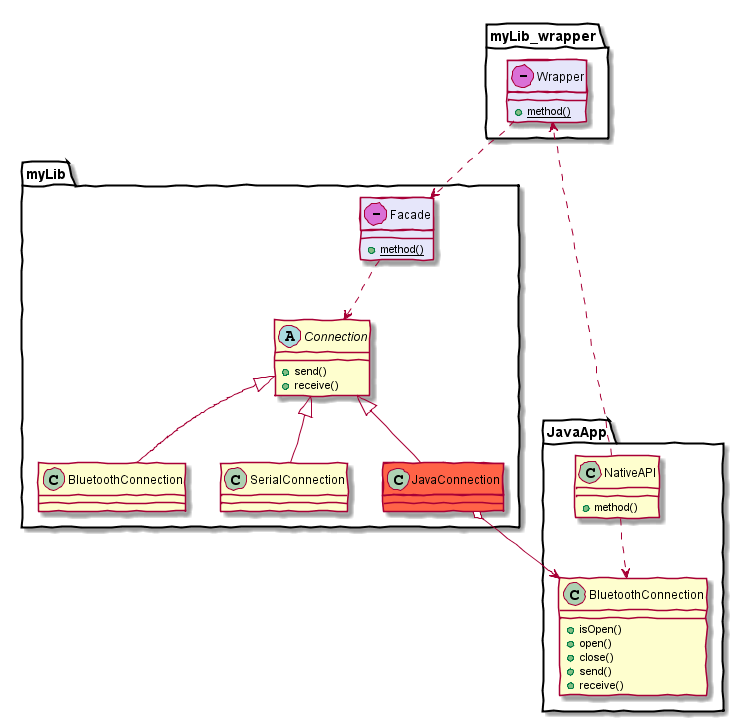
This is cpp/img/bluetooth-cpp-android/invoke-class-diagram.png from gzuliani/gzuliani.github.io, a PlantUML export, as it was before one commit.
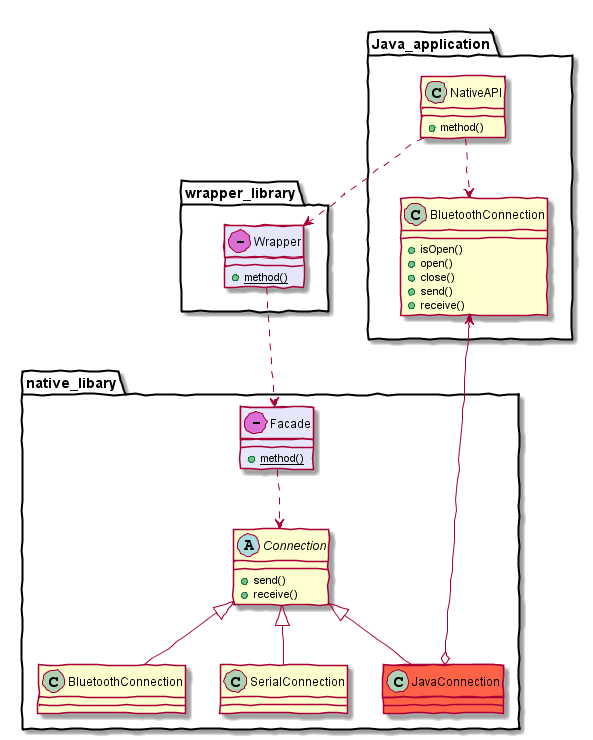
After the change.

The edit, as a diff of the source:
```diff
@@ -2,14 +2,29 @@
 
 skinparam handwritten true
 
-namespace myLib_wrapper {
+namespace Java_application {
+
+class NativeAPI {
+  +method()
+}
+class BluetoothConnection {
+  +isOpen()
+  +open()
+  +close()
+  +send()
+  +receive()
+}
+NativeAPI ..> BluetoothConnection
+}
+
+namespace wrapper_library {
 
 class Wrapper << (-,orchid) >> #lavender {
   {static} +method()
 }
 }
 
-namespace myLib {
+namespace native_libary {
 
 abstract class Connection {
   +send()
@@ -29,23 +44,10 @@
 Facade ..> Connection
 }
 
-namespace JavaApp {
+wrapper_library.Wrapper ..> native_libary.Facade
+native_libary.JavaConnection o--> Java_application.BluetoothConnection
+Java_application.NativeAPI ..> wrapper_library.Wrapper
 
-class NativeAPI {
-  +method()
-}
-class BluetoothConnection {
-  +isOpen()
-  +open()
-  +close()
-  +send()
-  +receive()
-}
-NativeAPI ..> BluetoothConnection
-}
-
-myLib_wrapper.Wrapper ..> myLib.Facade
-myLib.JavaConnection o--> JavaApp.BluetoothConnection
-JavaApp.NativeAPI ..> myLib_wrapper.Wrapper
+Java_application -[hidden]-> wrapper_library
 
 @enduml
```
